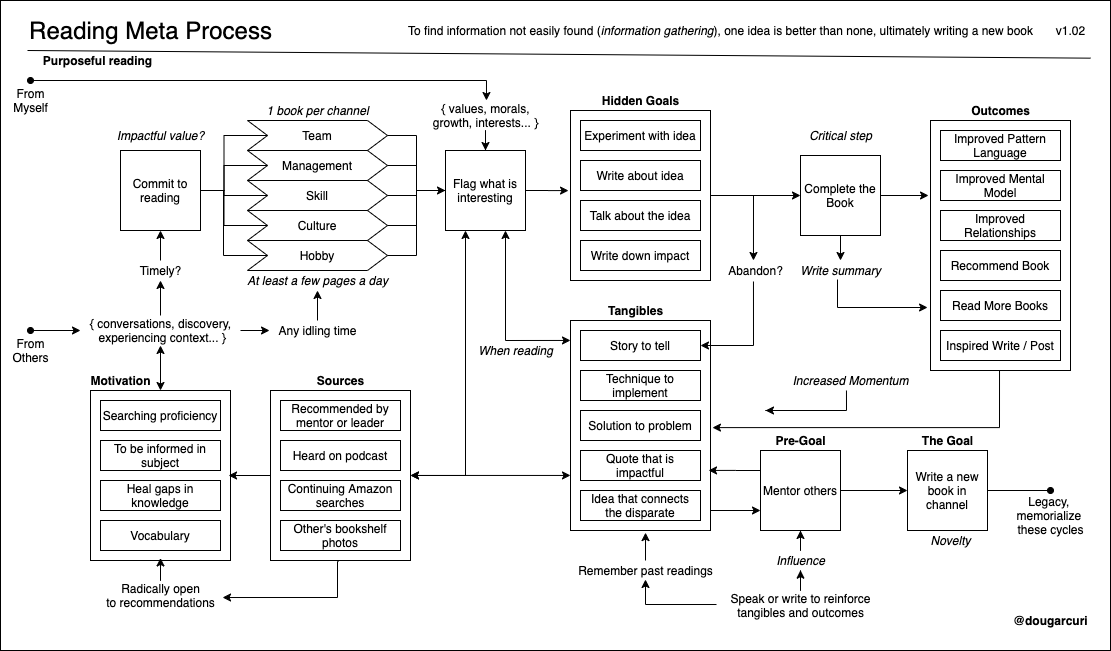
Before: books/diagrams/reading-process.png, a diagram exported from draw.io (solidi/learning-notes). Source tidied: cells renumbered, new cells last; positions are measured from the earlier drawing's top-left corner, leaving out a move shared by most shapes.
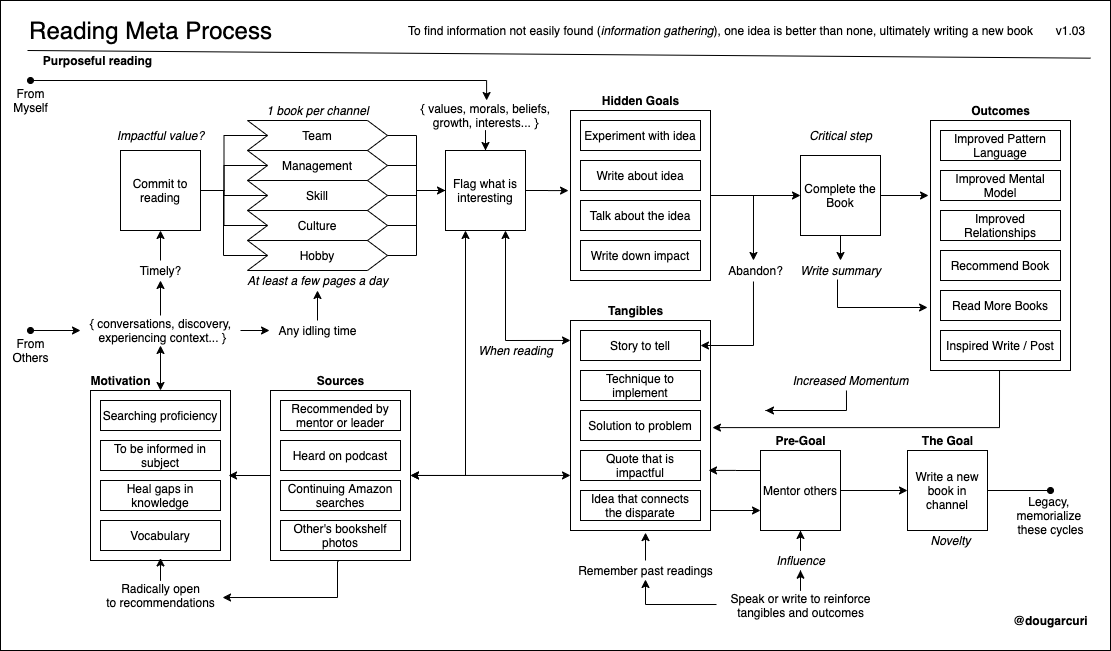
The same diagram one commit later.

Commit message:
Add beliefs to the reading process document

What changed in the source:
```diff
@@ -82,7 +82,7 @@
     <mxCell id="24" value="Write about idea" style="rounded=0;whiteSpace=wrap;html=1;" parent="1" vertex="1">
       <mxGeometry x="580" y="160" width="120" height="30" as="geometry" />
     </mxCell>
-    <mxCell id="25" value="v1.02" style="text;html=1;align=center;verticalAlign=middle;" parent="1" vertex="1">
+    <mxCell id="25" value="v1.03" style="text;html=1;align=center;verticalAlign=middle;" parent="1" vertex="1">
       <mxGeometry x="1050" y="20" width="40" height="20" as="geometry" />
     </mxCell>
     <mxCell id="26" value="&lt;b&gt;@dougarcuri&lt;/b&gt;" style="text;html=1;align=center;verticalAlign=middle;" parent="1" vertex="1">
@@ -334,8 +334,8 @@
     <mxCell id="100" style="edgeStyle=orthogonalEdgeStyle;rounded=0;jettySize=auto;html=1;entryX=0.5;entryY=0;entryDx=0;entryDy=0;startArrow=none;startFill=0;endArrow=classic;endFill=1;" parent="1" edge="1" source="101" target="22">
       <mxGeometry relative="1" as="geometry" />
     </mxCell>
-    <mxCell id="101" value="{ values, morals,&lt;br&gt;growth, interests... }" style="text;html=1;align=center;verticalAlign=middle;points=[];" parent="1" vertex="1">
-      <mxGeometry x="425" y="100" width="120" height="30" as="geometry" />
+    <mxCell id="101" value="{ values, morals, beliefs,&lt;br&gt;growth, interests... }" style="text;html=1;align=center;verticalAlign=middle;points=[];" parent="1" vertex="1">
+      <mxGeometry x="415" y="100" width="140" height="30" as="geometry" />
     </mxCell>
     <mxCell id="102" style="edgeStyle=orthogonalEdgeStyle;rounded=0;jettySize=auto;html=1;startArrow=classic;startFill=1;endArrow=oval;endFill=1;exitX=0.508;exitY=0;exitDx=0;exitDy=0;exitPerimeter=0;" parent="1" edge="1" source="101">
       <mxGeometry relative="1" as="geometry">
```
